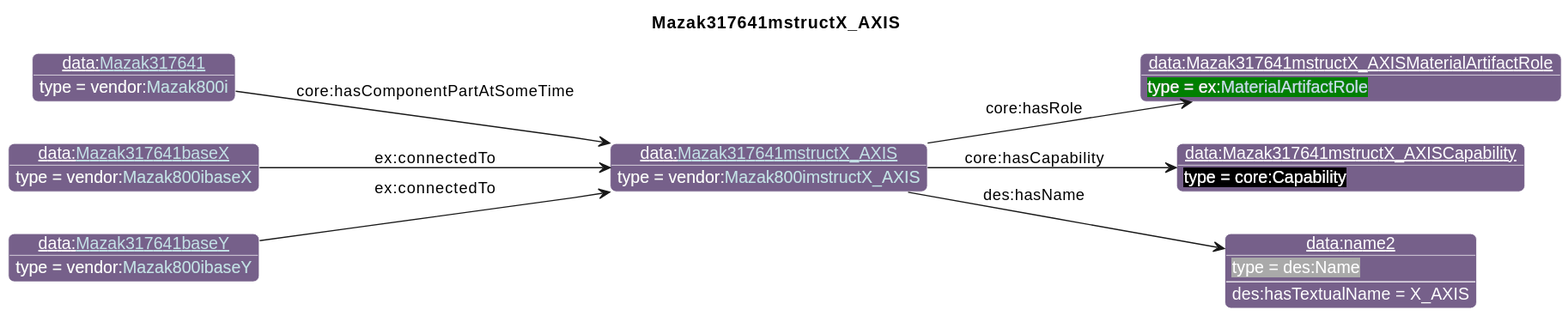
This is diagrams/Mazak317641mstructX_AXIS.svg from iofoundry/example-syseng-mtconnect, a PlantUML export, as it was before one commit.
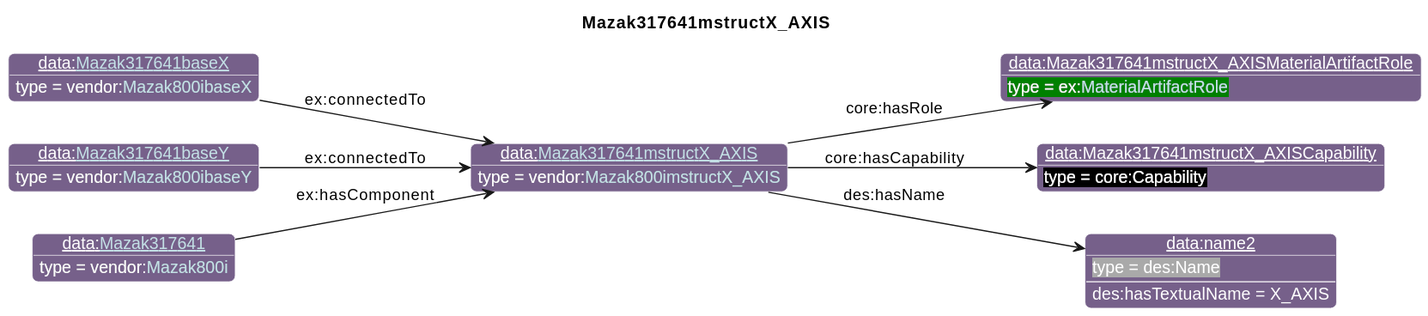
The same file after the commit.

Change to the diagram source:
```diff
@@ -29,14 +29,14 @@
 individual(o1, data:Mazak317641mstructX_AXISMaterialArtifactRole, ex:[[../Example.html#MaterialArtifactRole MaterialArtifactRole]])
 individual(o2, data:Mazak317641mstructX_AXISCapability, core:Capability)
 individual(o3, data:name2, des:Name)
-individual(o4, data:[[./Mazak317641.html Mazak317641]], vendor:[[../Mazak.html#Mazak800i Mazak800i]])
-individual(o5, data:[[./Mazak317641baseX.html Mazak317641baseX]], vendor:[[../Mazak.html#Mazak800ibaseX Mazak800ibaseX]])
-individual(o6, data:[[./Mazak317641baseY.html Mazak317641baseY]], vendor:[[../Mazak.html#Mazak800ibaseY Mazak800ibaseY]])
+individual(o4, data:[[./Mazak317641baseX.html Mazak317641baseX]], vendor:[[../Mazak.html#Mazak800ibaseX Mazak800ibaseX]])
+individual(o5, data:[[./Mazak317641baseY.html Mazak317641baseY]], vendor:[[../Mazak.html#Mazak800ibaseY Mazak800ibaseY]])
+individual(o6, data:[[./Mazak317641.html Mazak317641]], vendor:[[../Mazak.html#Mazak800i Mazak800i]])
 property(o0, "core:hasRole", o1)
 property(o0, "core:hasCapability", o2)
 property(o0, "des:hasName", o3)
 data(o3, "des:hasTextualName", "X_AXIS")
-property(o4, "core:hasComponentPartAtSomeTime", o0)
+property(o4, "ex:connectedTo", o0)
 property(o5, "ex:connectedTo", o0)
-property(o6, "ex:connectedTo", o0)
+property(o6, "ex:hasComponent", o0)
 @enduml
```
